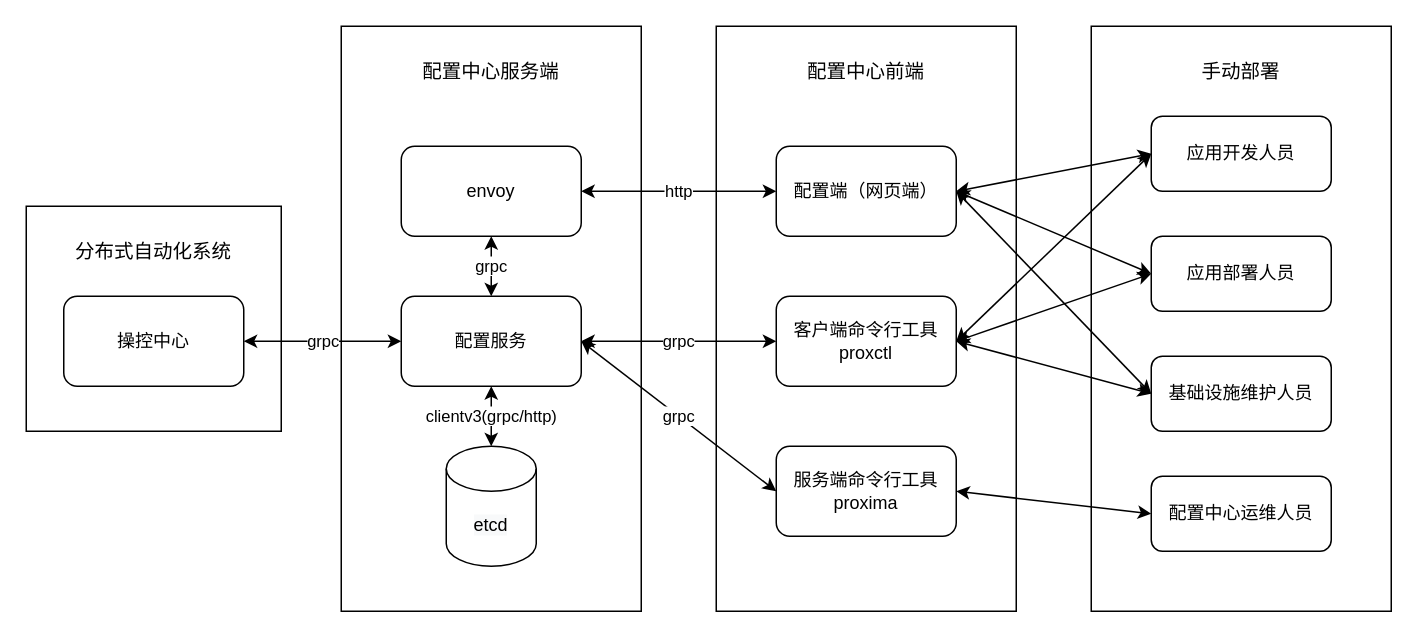
Earlier version of the draw.io diagram page "交互方1.2" (2 of 7) of docs/details/drawiofiles/需规原始图.drawio (dalgorithm-bastar/configer). Source tidied: cells renumbered, new cells numbered last; positions are measured from the earlier drawing's top-left corner, leaving out a move shared by most shapes. Both pictures are drawn from the tidied source at 150%, with x=0, y=0 at pixel (26, 26).
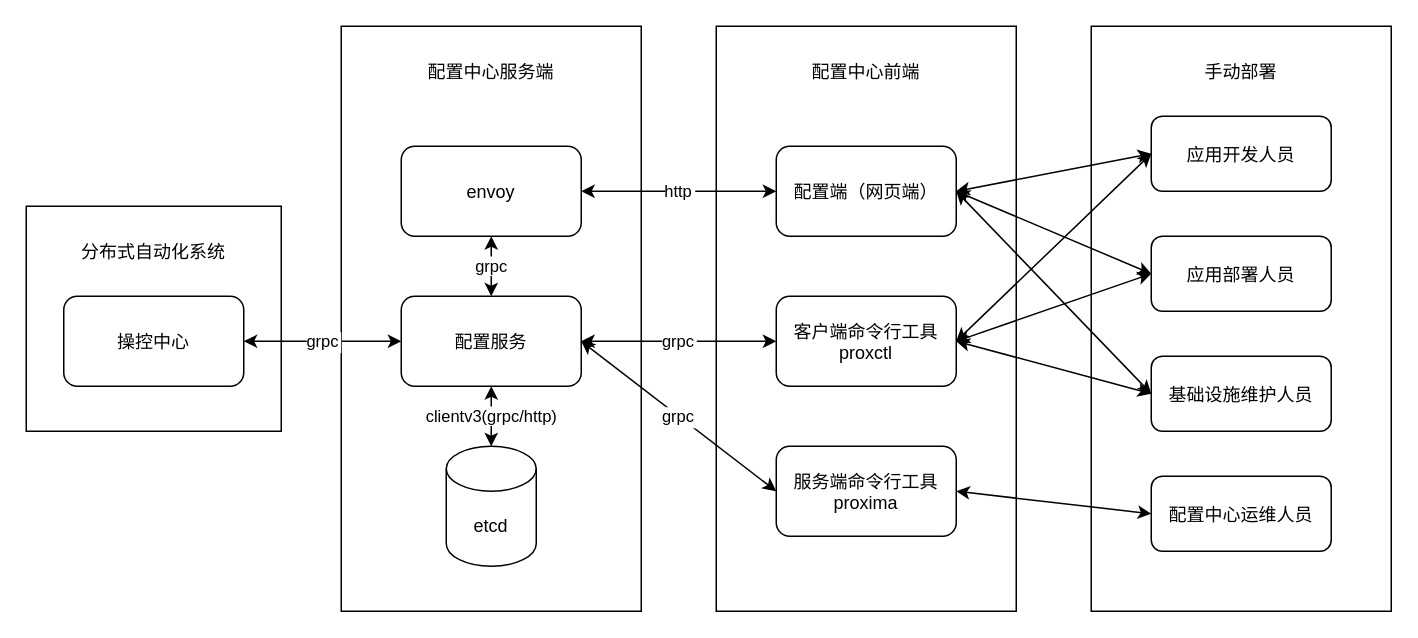
Above is the later version.

Diff of the diagram source:
```diff
@@
-    <mxCell id="6" value="配置服务" style="rounded=1;whiteSpace=wrap;html=1;" parent="1" vertex="1">
+    <mxCell id="6" value="配置服务" style="rounded=1;" parent="1" vertex="1">
       <mxGeometry x="250" y="180" width="120" height="60" as="geometry" />
     </mxCell>
@@
-    <mxCell id="8" value="&lt;span style=&quot;color: rgb(0 , 0 , 0) ; font-family: &amp;#34;helvetica&amp;#34; ; font-size: 12px ; font-style: normal ; font-weight: 400 ; letter-spacing: normal ; text-align: center ; text-indent: 0px ; text-transform: none ; word-spacing: 0px ; background-color: rgb(248 , 249 , 250) ; display: inline ; float: none&quot;&gt;etcd&lt;/span&gt;" style="shape=cylinder3;whiteSpace=wrap;html=1;boundedLbl=1;backgroundOutline=1;size=15;" parent="1" vertex="1">
+    <mxCell id="8" value="etcd" style="shape=cylinder3;boundedLbl=1;backgroundOutline=1;size=15;" parent="1" vertex="1">
       <mxGeometry x="280" y="280" width="60" height="80" as="geometry" />
     </mxCell>
@@
-    <mxCell id="10" value="&lt;font style=&quot;font-size: 13px&quot;&gt;配置中心服务端&lt;/font&gt;" style="text;html=1;strokeColor=none;fillColor=none;align=center;verticalAlign=middle;whiteSpace=wrap;rounded=0;" parent="1" vertex="1">
+    <mxCell id="10" value="配置中心服务端" style="text;strokeColor=none;fillColor=none;align=center;verticalAlign=middle;rounded=0;" parent="1" vertex="1">
       <mxGeometry x="261" y="20" width="98" height="20" as="geometry" />
     </mxCell>
-    <mxCell id="11" value="服务端命令行工具&lt;br&gt;proxima" style="rounded=1;whiteSpace=wrap;html=1;" parent="1" vertex="1">
+    <mxCell id="11" value="服务端命令行工具&#10;proxima" style="rounded=1;" parent="1" vertex="1">
       <mxGeometry x="500" y="280" width="120" height="60" as="geometry" />
     </mxCell>
-    <mxCell id="12" value="grpc" style="endArrow=classic;html=1;horizontal=1;startArrow=classic;startFill=1;entryX=0;entryY=0.5;entryDx=0;entryDy=0;exitX=1;exitY=0.5;exitDx=0;exitDy=0;" parent="1" edge="1" source="14" target="6">
+    <mxCell id="12" value="grpc" style="endArrow=classic;horizontal=1;startArrow=classic;startFill=1;entryX=0;entryY=0.5;entryDx=0;entryDy=0;exitX=1;exitY=0.5;exitDx=0;exitDy=0;" parent="1" edge="1" source="14" target="6">
       <mxGeometry relative="1" as="geometry" />
     </mxCell>
-    <mxCell id="13" value="配置端（网页端）" style="rounded=1;whiteSpace=wrap;html=1;" parent="1" vertex="1">
+    <mxCell id="13" value="配置端（网页端）" style="rounded=1;" parent="1" vertex="1">
       <mxGeometry x="500" y="80" width="120" height="60" as="geometry" />
     </mxCell>
-    <mxCell id="14" value="操控中心" style="rounded=1;whiteSpace=wrap;html=1;" parent="1" vertex="1">
+    <mxCell id="14" value="操控中心" style="rounded=1;" parent="1" vertex="1">
       <mxGeometry x="25" y="180" width="120" height="60" as="geometry" />
     </mxCell>
-    <mxCell id="15" value="envoy" style="rounded=1;whiteSpace=wrap;html=1;" parent="1" vertex="1">
+    <mxCell id="15" value="envoy" style="rounded=1;" parent="1" vertex="1">
       <mxGeometry x="250" y="80" width="120" height="60" as="geometry" />
     </mxCell>
-    <mxCell id="16" value="http" style="endArrow=classic;html=1;horizontal=1;startArrow=classic;startFill=1;entryX=1;entryY=0.5;entryDx=0;entryDy=0;exitX=0;exitY=0.5;exitDx=0;exitDy=0;" parent="1" edge="1" source="13" target="15">
+    <mxCell id="16" value="http" style="endArrow=classic;horizontal=1;startArrow=classic;startFill=1;entryX=1;entryY=0.5;entryDx=0;entryDy=0;exitX=0;exitY=0.5;exitDx=0;exitDy=0;" parent="1" edge="1" source="13" target="15">
       <mxGeometry relative="1" as="geometry" />
     </mxCell>
@@
-    <mxCell id="18" value="客户端命令行工具&lt;br&gt;proxctl" style="rounded=1;whiteSpace=wrap;html=1;" parent="1" vertex="1">
+    <mxCell id="18" value="客户端命令行工具&#10;proxctl" style="rounded=1;" parent="1" vertex="1">
       <mxGeometry x="500" y="180" width="120" height="60" as="geometry" />
     </mxCell>
-    <mxCell id="19" value="grpc" style="endArrow=classic;html=1;horizontal=1;startArrow=classic;startFill=1;entryX=1;entryY=0.5;entryDx=0;entryDy=0;exitX=0;exitY=0.5;exitDx=0;exitDy=0;" parent="1" edge="1" source="18" target="6">
+    <mxCell id="19" value="grpc" style="endArrow=classic;horizontal=1;startArrow=classic;startFill=1;entryX=1;entryY=0.5;entryDx=0;entryDy=0;exitX=0;exitY=0.5;exitDx=0;exitDy=0;" parent="1" edge="1" source="18" target="6">
       <mxGeometry relative="1" as="geometry" />
     </mxCell>
-    <mxCell id="20" value="&lt;span style=&quot;font-size: 13px&quot;&gt;手动部署&lt;/span&gt;" style="text;html=1;strokeColor=none;fillColor=none;align=center;verticalAlign=middle;whiteSpace=wrap;rounded=0;" parent="1" vertex="1">
+    <mxCell id="20" value="手动部署" style="text;strokeColor=none;fillColor=none;align=center;verticalAlign=middle;rounded=0;" parent="1" vertex="1">
       <mxGeometry x="765" y="20" width="90" height="20" as="geometry" />
     </mxCell>
-    <mxCell id="21" value="&lt;span style=&quot;font-size: 13px&quot;&gt;分布式自动化系统&lt;/span&gt;" style="text;html=1;strokeColor=none;fillColor=none;align=center;verticalAlign=middle;whiteSpace=wrap;rounded=0;" parent="1" vertex="1">
+    <mxCell id="21" value="分布式自动化系统" style="text;strokeColor=none;fillColor=none;align=center;verticalAlign=middle;rounded=0;" parent="1" vertex="1">
       <mxGeometry x="29.2" y="140" width="111.5" height="20" as="geometry" />
     </mxCell>
-    <mxCell id="22" value="&lt;font style=&quot;font-size: 13px&quot;&gt;配置中心前端&lt;/font&gt;" style="text;html=1;strokeColor=none;fillColor=none;align=center;verticalAlign=middle;whiteSpace=wrap;rounded=0;" parent="1" vertex="1">
+    <mxCell id="22" value="配置中心前端" style="text;strokeColor=none;fillColor=none;align=center;verticalAlign=middle;rounded=0;" parent="1" vertex="1">
       <mxGeometry x="511" y="20" width="98" height="20" as="geometry" />
     </mxCell>
-    <mxCell id="23" value="grpc" style="endArrow=classic;html=1;horizontal=1;startArrow=classic;startFill=1;entryX=1;entryY=0.5;entryDx=0;entryDy=0;exitX=0;exitY=0.5;exitDx=0;exitDy=0;" parent="1" edge="1" source="11" target="6">
+    <mxCell id="23" value="grpc" style="endArrow=classic;horizontal=1;startArrow=classic;startFill=1;entryX=1;entryY=0.5;entryDx=0;entryDy=0;exitX=0;exitY=0.5;exitDx=0;exitDy=0;" parent="1" edge="1" source="11" target="6">
       <mxGeometry relative="1" as="geometry" />
     </mxCell>
-    <mxCell id="24" value="应用开发人员" style="rounded=1;whiteSpace=wrap;html=1;" parent="1" vertex="1">
+    <mxCell id="24" value="应用开发人员" style="rounded=1;" parent="1" vertex="1">
       <mxGeometry x="750" y="60" width="120" height="50" as="geometry" />
     </mxCell>
-    <mxCell id="25" value="应用部署人员" style="rounded=1;whiteSpace=wrap;html=1;" parent="1" vertex="1">
+    <mxCell id="25" value="应用部署人员" style="rounded=1;" parent="1" vertex="1">
       <mxGeometry x="750" y="140" width="120" height="50" as="geometry" />
     </mxCell>
-    <mxCell id="26" value="基础设施维护人员" style="rounded=1;whiteSpace=wrap;html=1;" parent="1" vertex="1">
+    <mxCell id="26" value="基础设施维护人员" style="rounded=1;" parent="1" vertex="1">
       <mxGeometry x="750" y="220" width="120" height="50" as="geometry" />
     </mxCell>
@@
-    <mxCell id="33" value="配置中心运维人员" style="rounded=1;whiteSpace=wrap;html=1;" parent="1" vertex="1">
+    <mxCell id="33" value="配置中心运维人员" style="rounded=1;" parent="1" vertex="1">
       <mxGeometry x="750" y="300" width="120" height="50" as="geometry" />
     </mxCell>
```
